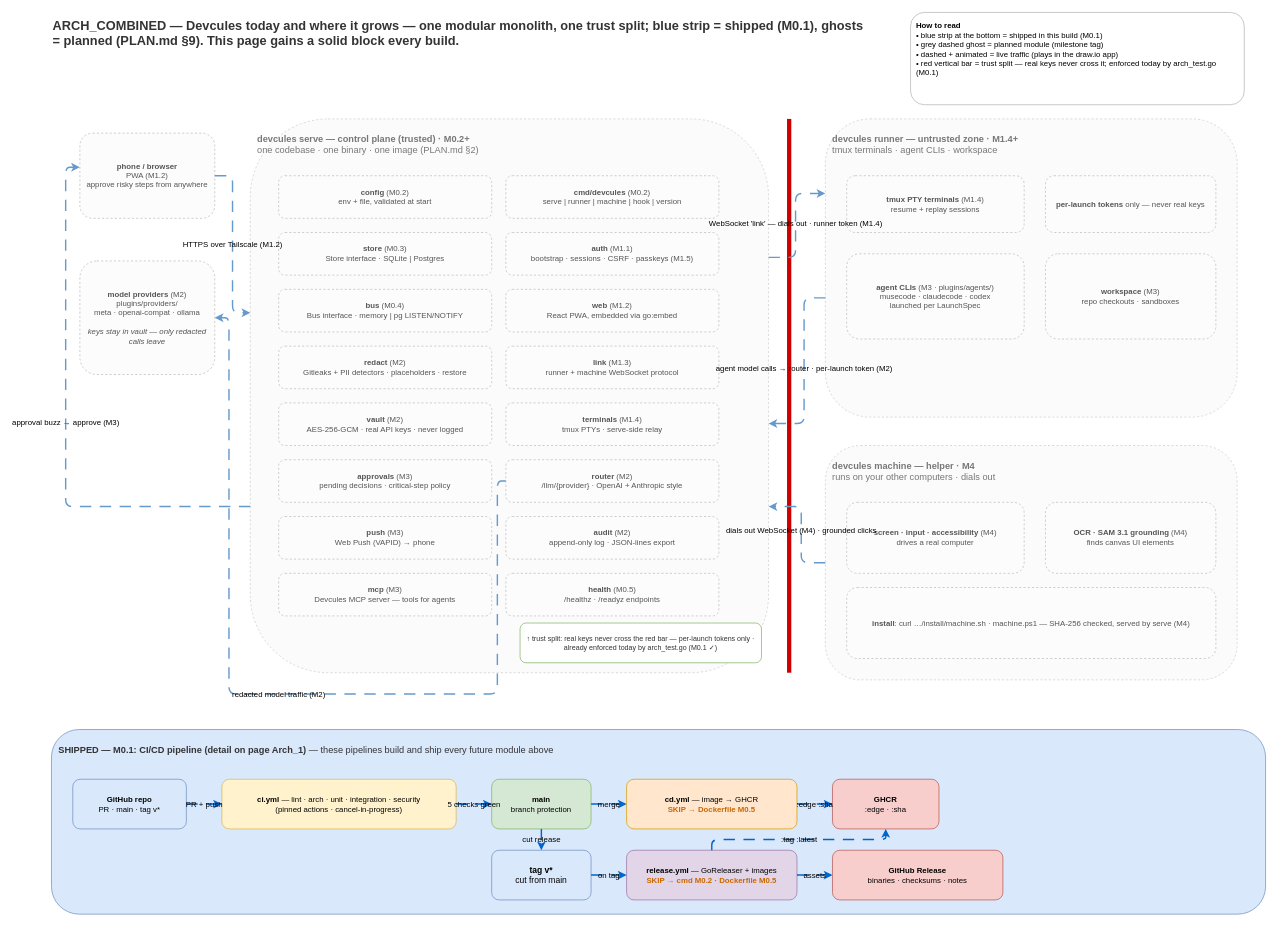
Earlier version of the draw.io diagram page "Arch_Combined" (3 of 3) of docs/diagrams/devcules-architecture.drawio (devcules/devcules). Source tidied: cells renumbered, new cells numbered last; positions are measured from the earlier drawing's top-left corner, leaving out a move shared by most shapes. Both pictures are drawn from the tidied source at 71%, with x=0, y=0 at pixel (51, 12).
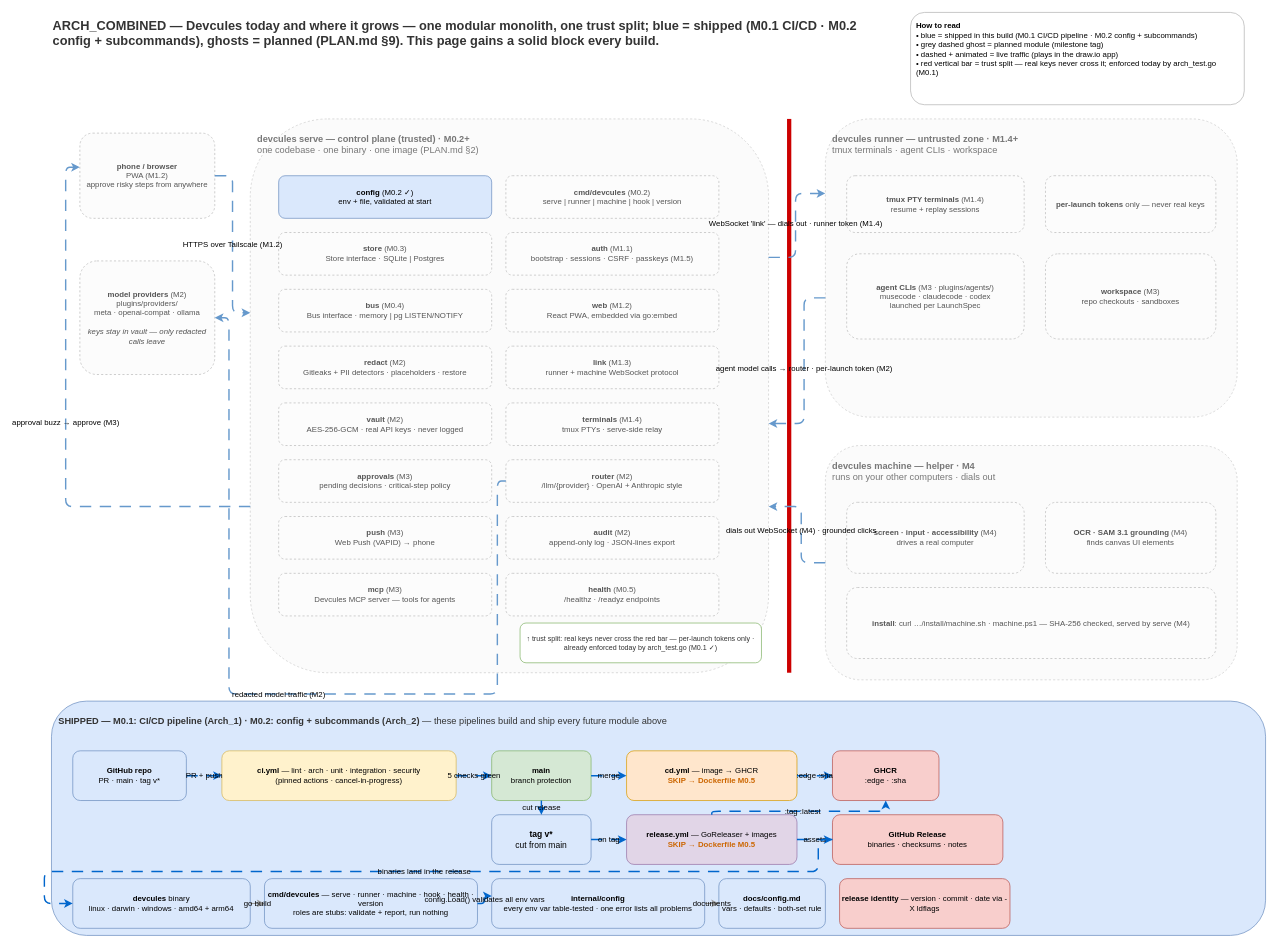
After the change.

Commit message (it also covers changes not shown here):
M0.2: config, cmd/devcules subcommands and architecture diagram (#33)

* feat(m0.2): add config loader with validation and table tests


* feat(m0.2): add devcules subcommands (stubs, version, health)


* docs(m0.2): config docs, changelog, readme, goreleaser ldflags


* adding drawio

---------

The edit, as a diff of the source:
```diff
@@
-    <mxCell id="2" value="ARCH_COMBINED — Devcules today and where it grows — one modular monolith, one trust split; blue strip = shipped (M0.1), ghosts = planned (PLAN.md §9). This page gains a solid block every build." style="text;html=1;strokeColor=none;fillColor=none;align=left;verticalAlign=middle;whiteSpace=wrap;fontSize=18;fontStyle=1;fontColor=#333333;" parent="1" vertex="1">
+    <mxCell id="2" value="ARCH_COMBINED — Devcules today and where it grows — one modular monolith, one trust split; blue = shipped (M0.1 CI/CD · M0.2 config + subcommands), ghosts = planned (PLAN.md §9). This page gains a solid block every build." style="text;html=1;strokeColor=none;fillColor=none;align=left;verticalAlign=middle;whiteSpace=wrap;fontSize=18;fontStyle=1;fontColor=#333333;" parent="1" vertex="1">
       <mxGeometry width="1150" height="60" as="geometry" />
     </mxCell>
-    <mxCell id="3" value="&lt;b&gt;How to read&lt;/b&gt;&lt;br&gt;• blue strip at the bottom = shipped in this build (M0.1)&lt;br&gt;• grey dashed ghost = planned module (milestone tag)&lt;br&gt;• dashed + animated = live traffic (plays in the draw.io app)&lt;br&gt;• red vertical bar = trust split — real keys never cross it; enforced today by arch_test.go (M0.1)" style="rounded=1;whiteSpace=wrap;html=1;fillColor=#FFFFFF;strokeColor=#B3B3B3;fontSize=11;align=left;verticalAlign=top;spacing=8;" parent="1" vertex="1">
+    <mxCell id="3" value="&lt;b&gt;How to read&lt;/b&gt;&lt;br&gt;• blue = shipped in this build (M0.1 CI/CD pipeline · M0.2 config + subcommands)&lt;br&gt;• grey dashed ghost = planned module (milestone tag)&lt;br&gt;• dashed + animated = live traffic (plays in the draw.io app)&lt;br&gt;• red vertical bar = trust split — real keys never cross it; enforced today by arch_test.go (M0.1)" style="rounded=1;whiteSpace=wrap;html=1;fillColor=#FFFFFF;strokeColor=#B3B3B3;fontSize=11;align=left;verticalAlign=top;spacing=8;" parent="1" vertex="1">
       <mxGeometry x="1210" width="470" height="130" as="geometry" />
     </mxCell>
@@
-    <mxCell id="7" value="&lt;b&gt;config&lt;/b&gt; (M0.2)&lt;br&gt;env + file, validated at start" style="rounded=1;whiteSpace=wrap;html=1;fillColor=#FCFCFC;strokeColor=#BBBBBB;dashed=1;fontColor=#555555;fontSize=11;" parent="1" vertex="1">
+    <mxCell id="7" value="&lt;b&gt;config&lt;/b&gt; (M0.2 ✓)&lt;br&gt;env + file, validated at start" style="rounded=1;whiteSpace=wrap;html=1;fillColor=#DAE8FC;strokeColor=#6C8EBF;fontSize=11;" parent="1" vertex="1">
       <mxGeometry x="320" y="230" width="300" height="60" as="geometry" />
     </mxCell>
@@
-    <mxCell id="34" value="&lt;b&gt;SHIPPED — M0.1: CI/CD pipeline (detail on page Arch_1)&lt;/b&gt; — these pipelines build and ship every future module above" style="rounded=1;whiteSpace=wrap;html=1;verticalAlign=top;align=left;spacing=10;spacingTop=6;fillColor=#DAE8FC;strokeColor=#6C8EBF;fontSize=13;fontColor=#333333;" parent="1" vertex="1">
-      <mxGeometry y="1010" width="1710" height="260" as="geometry" />
+    <mxCell id="34" value="&lt;b&gt;SHIPPED — M0.1: CI/CD pipeline (Arch_1) · M0.2: config + subcommands (Arch_2)&lt;/b&gt; — these pipelines build and ship every future module above" style="rounded=1;whiteSpace=wrap;html=1;verticalAlign=top;align=left;spacing=10;spacingTop=6;fillColor=#DAE8FC;strokeColor=#6C8EBF;fontSize=13;fontColor=#333333;" parent="1" vertex="1">
+      <mxGeometry y="970" width="1710" height="330" as="geometry" />
     </mxCell>
     <mxCell id="35" value="&lt;b&gt;GitHub repo&lt;/b&gt;&lt;br&gt;PR · main · tag v*" style="rounded=1;whiteSpace=wrap;html=1;fillColor=#DAE8FC;strokeColor=#6C8EBF;fontSize=11;" parent="1" vertex="1">
-      <mxGeometry x="30" y="1080" width="160" height="70" as="geometry" />
+      <mxGeometry x="30" y="1040" width="160" height="70" as="geometry" />
     </mxCell>
     <mxCell id="36" value="&lt;b&gt;ci.yml&lt;/b&gt; — lint · arch · unit · integration · security&lt;br&gt;(pinned actions · cancel-in-progress)" style="rounded=1;whiteSpace=wrap;html=1;fillColor=#FFF2CC;strokeColor=#D6B656;fontSize=11;" parent="1" vertex="1">
-      <mxGeometry x="240" y="1080" width="330" height="70" as="geometry" />
+      <mxGeometry x="240" y="1040" width="330" height="70" as="geometry" />
     </mxCell>
     <mxCell id="37" value="&lt;b&gt;main&lt;/b&gt;&lt;br&gt;branch protection" style="rounded=1;whiteSpace=wrap;html=1;fillColor=#D5E8D4;strokeColor=#82B366;fontSize=11;" parent="1" vertex="1">
-      <mxGeometry x="620" y="1080" width="140" height="70" as="geometry" />
+      <mxGeometry x="620" y="1040" width="140" height="70" as="geometry" />
     </mxCell>
     <mxCell id="38" value="&lt;b&gt;cd.yml&lt;/b&gt; — image → GHCR&lt;br&gt;&lt;font color='#CC6600'&gt;&lt;b&gt;SKIP → Dockerfile M0.5&lt;/b&gt;&lt;/font&gt;" style="rounded=1;whiteSpace=wrap;html=1;fillColor=#FFE6CC;strokeColor=#D79B00;fontSize=11;" parent="1" vertex="1">
-      <mxGeometry x="810" y="1080" width="240" height="70" as="geometry" />
+      <mxGeometry x="810" y="1040" width="240" height="70" as="geometry" />
     </mxCell>
     <mxCell id="39" value="&lt;b&gt;GHCR&lt;/b&gt;&lt;br&gt;:edge · :sha" style="rounded=1;whiteSpace=wrap;html=1;fillColor=#F8CECC;strokeColor=#B85450;fontSize=11;" parent="1" vertex="1">
-      <mxGeometry x="1100" y="1080" width="150" height="70" as="geometry" />
+      <mxGeometry x="1100" y="1040" width="150" height="70" as="geometry" />
     </mxCell>
     <mxCell id="40" value="&lt;b&gt;tag v*&lt;/b&gt;&lt;br&gt;cut from main" style="rounded=1;whiteSpace=wrap;html=1;fillColor=#DAE8FC;strokeColor=#6C8EBF;fontSize=12;" parent="1" vertex="1">
-      <mxGeometry x="620" y="1180" width="140" height="70" as="geometry" />
+      <mxGeometry x="620" y="1130" width="140" height="70" as="geometry" />
     </mxCell>
-    <mxCell id="41" value="&lt;b&gt;release.yml&lt;/b&gt; — GoReleaser + images&lt;br&gt;&lt;font color='#CC6600'&gt;&lt;b&gt;SKIP → cmd M0.2 · Dockerfile M0.5&lt;/b&gt;&lt;/font&gt;" style="rounded=1;whiteSpace=wrap;html=1;fillColor=#E1D5E7;strokeColor=#9673A6;fontSize=11;" parent="1" vertex="1">
-      <mxGeometry x="810" y="1180" width="240" height="70" as="geometry" />
+    <mxCell id="41" value="&lt;b&gt;release.yml&lt;/b&gt; — GoReleaser + images&lt;br&gt;&lt;font color='#CC6600'&gt;&lt;b&gt;SKIP → Dockerfile M0.5&lt;/b&gt;&lt;/font&gt;" style="rounded=1;whiteSpace=wrap;html=1;fillColor=#E1D5E7;strokeColor=#9673A6;fontSize=11;" parent="1" vertex="1">
+      <mxGeometry x="810" y="1130" width="240" height="70" as="geometry" />
     </mxCell>
     <mxCell id="42" value="&lt;b&gt;GitHub Release&lt;/b&gt;&lt;br&gt;binaries · checksums · notes" style="rounded=1;whiteSpace=wrap;html=1;fillColor=#F8CECC;strokeColor=#B85450;fontSize=11;" parent="1" vertex="1">
-      <mxGeometry x="1100" y="1180" width="240" height="70" as="geometry" />
+      <mxGeometry x="1100" y="1130" width="240" height="70" as="geometry" />
     </mxCell>
+    <mxCell id="57" value="&lt;b&gt;devcules&lt;/b&gt; binary&lt;br&gt;linux · darwin · windows · amd64 + arm64" style="rounded=1;whiteSpace=wrap;html=1;fillColor=#DAE8FC;strokeColor=#6C8EBF;fontSize=11;" parent="1" vertex="1">
+      <mxGeometry x="30" y="1220" width="250" height="70" as="geometry" />
+    </mxCell>
+    <mxCell id="58" value="&lt;b&gt;cmd/devcules&lt;/b&gt; — serve · runner · machine · hook · health · version&lt;br&gt;roles are stubs: validate + report, run nothing" style="rounded=1;whiteSpace=wrap;html=1;fillColor=#DAE8FC;strokeColor=#6C8EBF;fontSize=11;" parent="1" vertex="1">
+      <mxGeometry x="300" y="1220" width="300" height="70" as="geometry" />
+    </mxCell>
+    <mxCell id="59" value="&lt;b&gt;internal/config&lt;/b&gt;&lt;br&gt;every env var table-tested · one error lists all problems" style="rounded=1;whiteSpace=wrap;html=1;fillColor=#DAE8FC;strokeColor=#6C8EBF;fontSize=11;" parent="1" vertex="1">
+      <mxGeometry x="620" y="1220" width="300" height="70" as="geometry" />
+    </mxCell>
+    <mxCell id="60" value="&lt;b&gt;docs/config.md&lt;/b&gt;&lt;br&gt;vars · defaults · both-set rule" style="rounded=1;whiteSpace=wrap;html=1;fillColor=#DAE8FC;strokeColor=#6C8EBF;fontSize=11;" parent="1" vertex="1">
+      <mxGeometry x="940" y="1220" width="150" height="70" as="geometry" />
+    </mxCell>
+    <mxCell id="61" value="&lt;b&gt;release identity&lt;/b&gt; — version · commit · date via -X ldflags" style="rounded=1;whiteSpace=wrap;html=1;fillColor=#F8CECC;strokeColor=#B85450;fontSize=11;" parent="1" vertex="1">
+      <mxGeometry x="1110" y="1220" width="240" height="70" as="geometry" />
+    </mxCell>
@@
     <mxCell id="50" value=":tag :latest" style="edgeStyle=orthogonalEdgeStyle;rounded=1;html=1;strokeColor=#0066CC;strokeWidth=2;dashed=1;dashPattern=8 6;animated=1;fontSize=11;labelBackgroundColor=#FFFFFFexitX=0.5;exitY=0;exitDx=0;exitDy=0;entryX=0.5;entryY=1;entryDx=0;entryDy=0;" parent="1" edge="1" source="41" target="39">
       <mxGeometry relative="1" as="geometry">
         <Array as="points">
-          <mxPoint x="930" y="1165" />
-          <mxPoint x="1175" y="1165" />
+          <mxPoint x="930" y="1125" />
+          <mxPoint x="1175" y="1125" />
         </Array>
       </mxGeometry>
     </mxCell>
+    <mxCell id="62" value="binaries land in the release" style="edgeStyle=orthogonalEdgeStyle;rounded=1;html=1;strokeColor=#0066CC;strokeWidth=2;dashed=1;dashPattern=8 6;animated=1;fontSize=11;labelBackgroundColor=#FFFFFFexitX=0;exitY=0.5;exitDx=0;exitDy=0;entryX=0;entryY=0.5;entryDx=0;entryDy=0;" parent="1" edge="1" source="42" target="57">
+      <mxGeometry relative="1" as="geometry">
+        <Array as="points">
+          <mxPoint x="1080" y="1165" />
+          <mxPoint x="1080" y="1210" />
+          <mxPoint x="-10" y="1210" />
+          <mxPoint x="-10" y="1255" />
+        </Array>
+      </mxGeometry>
+    </mxCell>
+    <mxCell id="63" value="go build" style="edgeStyle=orthogonalEdgeStyle;rounded=1;html=1;strokeColor=#999999;strokeWidth=1.5;fontSize=11;labelBackgroundColor=#FFFFFFexitX=0;exitY=0.5;exitDx=0;exitDy=0;entryX=0;entryY=0.5;entryDx=0;entryDy=0;" parent="1" edge="1" source="57" target="58">
+      <mxGeometry relative="1" as="geometry" />
+    </mxCell>
+    <mxCell id="64" value="config.Load() validates all env vars" style="edgeStyle=orthogonalEdgeStyle;rounded=1;html=1;strokeColor=#0066CC;strokeWidth=2;dashed=1;dashPattern=8 6;animated=1;fontSize=11;labelBackgroundColor=#FFFFFFexitX=1;exitY=0.35;exitDx=0;exitDy=0;entryX=0;entryY=0.35;entryDx=0;entryDy=0;" parent="1" edge="1" source="58" target="59">
+      <mxGeometry relative="1" as="geometry" />
+    </mxCell>
+    <mxCell id="65" value="documents" style="edgeStyle=orthogonalEdgeStyle;rounded=1;html=1;strokeColor=#999999;strokeWidth=1.5;fontSize=11;labelBackgroundColor=#FFFFFFexitX=1;exitY=0.5;exitDx=0;exitDy=0;entryX=0;entryY=0.5;entryDx=0;entryDy=0;" parent="1" edge="1" source="59" target="60">
+      <mxGeometry relative="1" as="geometry" />
+    </mxCell>
```
